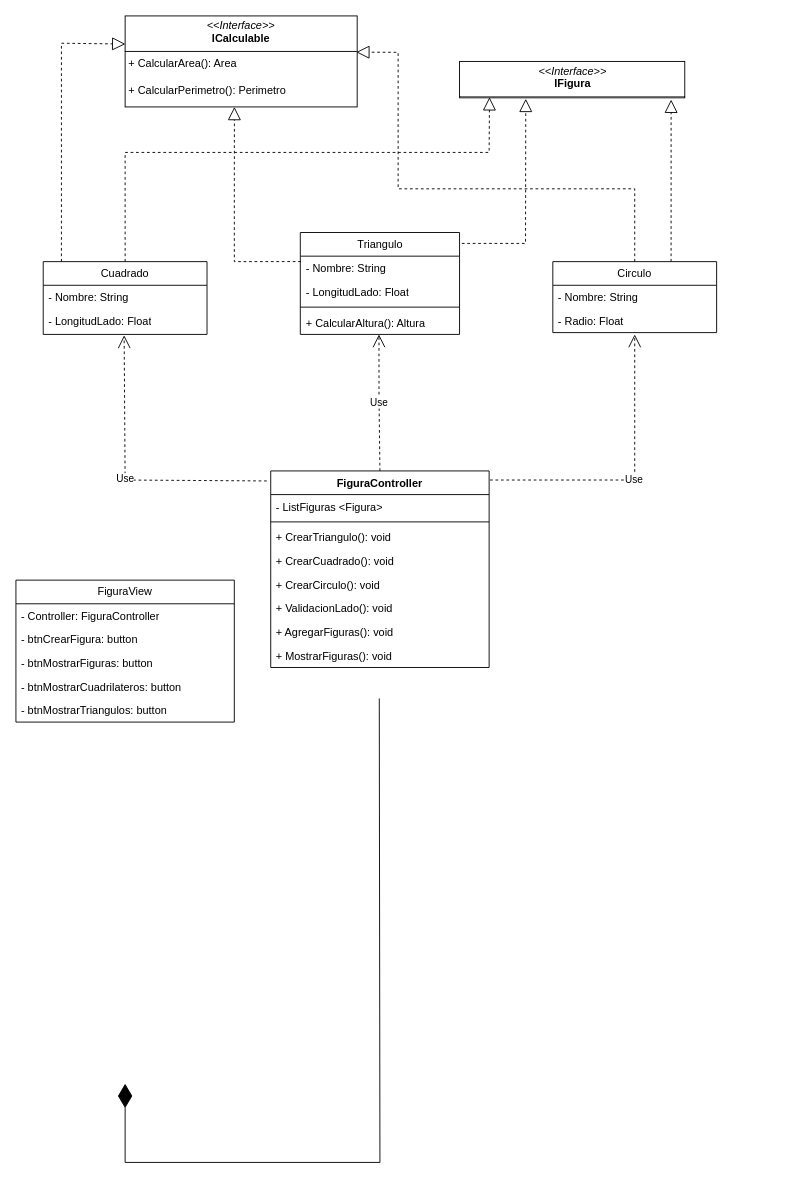
Before: Copia de Diagrama sin título.drawio in Francisco-Galea/Diagramas-y-Otros, a draw.io diagram. Source tidied: cells renumbered, new cells numbered last; positions are measured from the earlier drawing's top-left corner, leaving out a move shared by most shapes. Both pictures are drawn from the tidied source at 91%, with x=0, y=0 at pixel (15, 15).
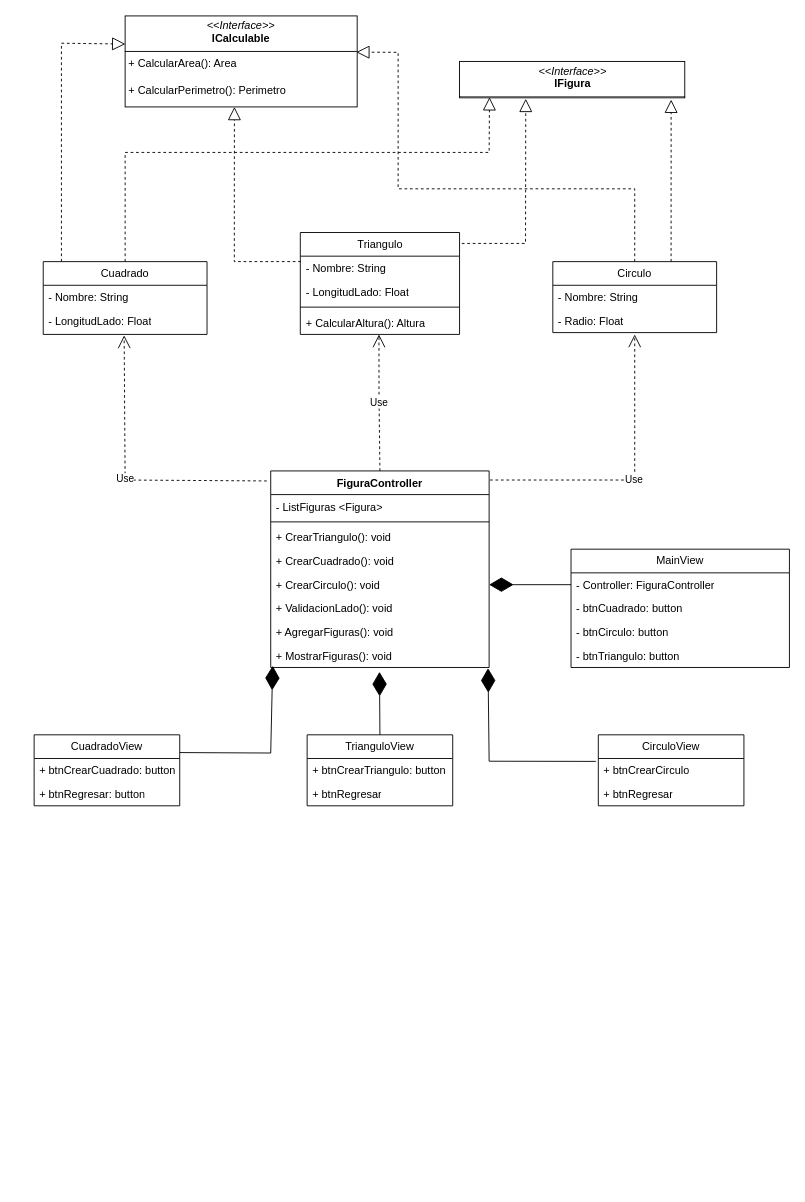
Above is the later version.

Commit message:
DISEÑO FIGURAS EDI 3

The change refers to these unchanged cells:
```xml
<mxCell id="23" value="+ CrearCirculo(): void&lt;div&gt;&lt;br&gt;&lt;/div&gt;" style="text;strokeColor=none;fillColor=none;align=left;verticalAlign=top;spacingLeft=4;spacingRight=4;overflow=hidden;points=[[0,0.5],[1,0.5]];portConstraint=eastwest;whiteSpace=wrap;html=1;" parent="18" vertex="1">
  <mxGeometry y="112" width="240" height="26" as="geometry" />
</mxCell>
<mxCell id="26" value="+ MostrarFiguras(): void&lt;div&gt;&lt;br&gt;&lt;/div&gt;" style="text;strokeColor=none;fillColor=none;align=left;verticalAlign=top;spacingLeft=4;spacingRight=4;overflow=hidden;points=[[0,0.5],[1,0.5]];portConstraint=eastwest;whiteSpace=wrap;html=1;" parent="18" vertex="1">
  <mxGeometry y="190" width="240" height="26" as="geometry" />
</mxCell>
<mxCell id="31" value="- Controller: FiguraController" style="text;strokeColor=none;fillColor=none;align=left;verticalAlign=top;spacingLeft=4;spacingRight=4;overflow=hidden;points=[[0,0.5],[1,0.5]];portConstraint=eastwest;whiteSpace=wrap;html=1;" parent="30" vertex="1">
  <mxGeometry y="26" width="240" height="26" as="geometry" />
</mxCell>
```

The edit, as a diff of the source:
```diff
@@
-    <mxCell id="30" value="FiguraView" style="swimlane;fontStyle=0;horizontal=1;startSize=26;fillColor=none;whiteSpace=wrap;html=1;" parent="1" vertex="1">
-      <mxGeometry y="620" width="240" height="156" as="geometry" />
+    <mxCell id="30" value="MainView" style="swimlane;fontStyle=0;horizontal=1;startSize=26;fillColor=none;whiteSpace=wrap;html=1;" parent="1" vertex="1">
+      <mxGeometry x="610" y="586" width="240" height="130" as="geometry" />
     </mxCell>
@@
-    <mxCell id="32" value="- btnCrearFigura: button" style="text;strokeColor=none;fillColor=none;align=left;verticalAlign=top;spacingLeft=4;spacingRight=4;overflow=hidden;whiteSpace=wrap;html=1;" parent="30" vertex="1">
+    <mxCell id="32" value="- btnCuadrado&lt;span style=&quot;background-color: initial;&quot;&gt;: button&lt;/span&gt;" style="text;strokeColor=none;fillColor=none;align=left;verticalAlign=top;spacingLeft=4;spacingRight=4;overflow=hidden;whiteSpace=wrap;html=1;" parent="30" vertex="1">
       <mxGeometry y="52" width="240" height="26" as="geometry" />
     </mxCell>
-    <mxCell id="33" value="- btnMostrarFiguras: button" style="text;strokeColor=none;fillColor=none;align=left;verticalAlign=top;spacingLeft=4;spacingRight=4;overflow=hidden;whiteSpace=wrap;html=1;" parent="30" vertex="1">
+    <mxCell id="33" value="- btnCirculo: button" style="text;strokeColor=none;fillColor=none;align=left;verticalAlign=top;spacingLeft=4;spacingRight=4;overflow=hidden;whiteSpace=wrap;html=1;" parent="30" vertex="1">
       <mxGeometry y="78" width="240" height="26" as="geometry" />
     </mxCell>
-    <mxCell id="34" value="- btnMostrarCuadrilateros: button" style="text;strokeColor=none;fillColor=none;align=left;verticalAlign=top;spacingLeft=4;spacingRight=4;overflow=hidden;whiteSpace=wrap;html=1;" parent="30" vertex="1">
+    <mxCell id="34" value="- btnTriangulo&lt;span style=&quot;background-color: initial;&quot;&gt;: button&lt;/span&gt;" style="text;strokeColor=none;fillColor=none;align=left;verticalAlign=top;spacingLeft=4;spacingRight=4;overflow=hidden;whiteSpace=wrap;html=1;" parent="30" vertex="1">
       <mxGeometry y="104" width="240" height="26" as="geometry" />
     </mxCell>
-    <mxCell id="35" value="- btnMostrarTriangulos: button" style="text;strokeColor=none;fillColor=none;align=left;verticalAlign=top;spacingLeft=4;spacingRight=4;overflow=hidden;whiteSpace=wrap;html=1;" parent="30" vertex="1">
-      <mxGeometry y="130" width="240" height="26" as="geometry" />
-    </mxCell>
-    <mxCell id="36" style="endArrow=diamondThin;endFill=1;endSize=24;html=1;rounded=0;entryX=0.5;entryY=0.983;entryDx=0;entryDy=0;entryPerimeter=0;exitX=0.497;exitY=1.021;exitDx=0;exitDy=0;exitPerimeter=0;" parent="1" edge="1">
-      <mxGeometry relative="1" as="geometry">
-        <mxPoint x="399.3" y="750" as="sourcePoint" />
-        <mxPoint x="120" y="1173.4" as="targetPoint" />
-        <Array as="points">
-          <mxPoint x="400" y="1259.9" />
-          <mxPoint x="120" y="1259.9" />
-        </Array>
-      </mxGeometry>
-    </mxCell>
@@
+    <mxCell id="41" style="endArrow=diamondThin;endFill=1;endSize=24;html=1;rounded=0;exitX=0;exitY=0.5;exitDx=0;exitDy=0;entryX=1;entryY=0.5;entryDx=0;entryDy=0;" parent="1" edge="1" source="31" target="23">
+      <mxGeometry relative="1" as="geometry" />
+    </mxCell>
+    <mxCell id="42" value="CuadradoView" style="swimlane;fontStyle=0;horizontal=1;startSize=26;fillColor=none;whiteSpace=wrap;html=1;" parent="1" vertex="1">
+      <mxGeometry x="20" y="790" width="160" height="78" as="geometry" />
+    </mxCell>
+    <mxCell id="43" value="+ btnCrearCuadrado: button" style="text;strokeColor=none;fillColor=none;align=left;verticalAlign=top;spacingLeft=4;spacingRight=4;overflow=hidden;whiteSpace=wrap;html=1;" parent="42" vertex="1">
+      <mxGeometry y="26" width="160" height="26" as="geometry" />
+    </mxCell>
+    <mxCell id="44" value="+ btnRegresar: button&lt;div&gt;&lt;br&gt;&lt;/div&gt;" style="text;strokeColor=none;fillColor=none;align=left;verticalAlign=top;spacingLeft=4;spacingRight=4;overflow=hidden;whiteSpace=wrap;html=1;" parent="42" vertex="1">
+      <mxGeometry y="52" width="160" height="26" as="geometry" />
+    </mxCell>
+    <mxCell id="45" value="CirculoView" style="swimlane;fontStyle=0;horizontal=1;startSize=26;fillColor=none;whiteSpace=wrap;html=1;" parent="1" vertex="1">
+      <mxGeometry x="640" y="790" width="160" height="78" as="geometry" />
+    </mxCell>
+    <mxCell id="46" value="+ btnCrearCirculo" style="text;strokeColor=none;fillColor=none;align=left;verticalAlign=top;spacingLeft=4;spacingRight=4;overflow=hidden;points=[[0,0.5],[1,0.5]];portConstraint=eastwest;whiteSpace=wrap;html=1;" parent="45" vertex="1">
+      <mxGeometry y="26" width="160" height="26" as="geometry" />
+    </mxCell>
+    <mxCell id="47" value="+ btnRegresar" style="text;strokeColor=none;fillColor=none;align=left;verticalAlign=top;spacingLeft=4;spacingRight=4;overflow=hidden;whiteSpace=wrap;html=1;" parent="45" vertex="1">
+      <mxGeometry y="52" width="160" height="26" as="geometry" />
+    </mxCell>
+    <mxCell id="48" value="TrianguloView" style="swimlane;fontStyle=0;horizontal=1;startSize=26;fillColor=none;whiteSpace=wrap;html=1;" parent="1" vertex="1">
+      <mxGeometry x="320" y="790" width="160" height="78" as="geometry" />
+    </mxCell>
+    <mxCell id="49" value="+ btnCrearTriangulo: button" style="text;strokeColor=none;fillColor=none;align=left;verticalAlign=top;spacingLeft=4;spacingRight=4;overflow=hidden;whiteSpace=wrap;html=1;" parent="48" vertex="1">
+      <mxGeometry y="26" width="160" height="26" as="geometry" />
+    </mxCell>
+    <mxCell id="50" value="+ btnRegresar" style="text;strokeColor=none;fillColor=none;align=left;verticalAlign=top;spacingLeft=4;spacingRight=4;overflow=hidden;whiteSpace=wrap;html=1;" parent="48" vertex="1">
+      <mxGeometry y="52" width="160" height="26" as="geometry" />
+    </mxCell>
+    <mxCell id="51" style="endArrow=diamondThin;endFill=1;endSize=24;html=1;rounded=0;exitX=0.5;exitY=0;exitDx=0;exitDy=0;entryX=0.498;entryY=1.185;entryDx=0;entryDy=0;entryPerimeter=0;" parent="1" edge="1" source="48" target="26">
+      <mxGeometry relative="1" as="geometry" />
+    </mxCell>
+    <mxCell id="52" style="endArrow=diamondThin;endFill=1;endSize=24;html=1;rounded=0;exitX=-0.017;exitY=0.123;exitDx=0;exitDy=0;entryX=0.995;entryY=1.031;entryDx=0;entryDy=0;entryPerimeter=0;exitPerimeter=0;" parent="1" edge="1" source="46" target="26">
+      <mxGeometry relative="1" as="geometry">
+        <Array as="points">
+          <mxPoint x="520" y="819" />
+        </Array>
+      </mxGeometry>
+    </mxCell>
+    <mxCell id="53" style="endArrow=diamondThin;endFill=1;endSize=24;html=1;rounded=0;exitX=1;exitY=0.25;exitDx=0;exitDy=0;entryX=0.009;entryY=0.928;entryDx=0;entryDy=0;entryPerimeter=0;" parent="1" edge="1" source="42" target="26">
+      <mxGeometry relative="1" as="geometry">
+        <Array as="points">
+          <mxPoint x="280" y="810" />
+        </Array>
+      </mxGeometry>
+    </mxCell>
```
